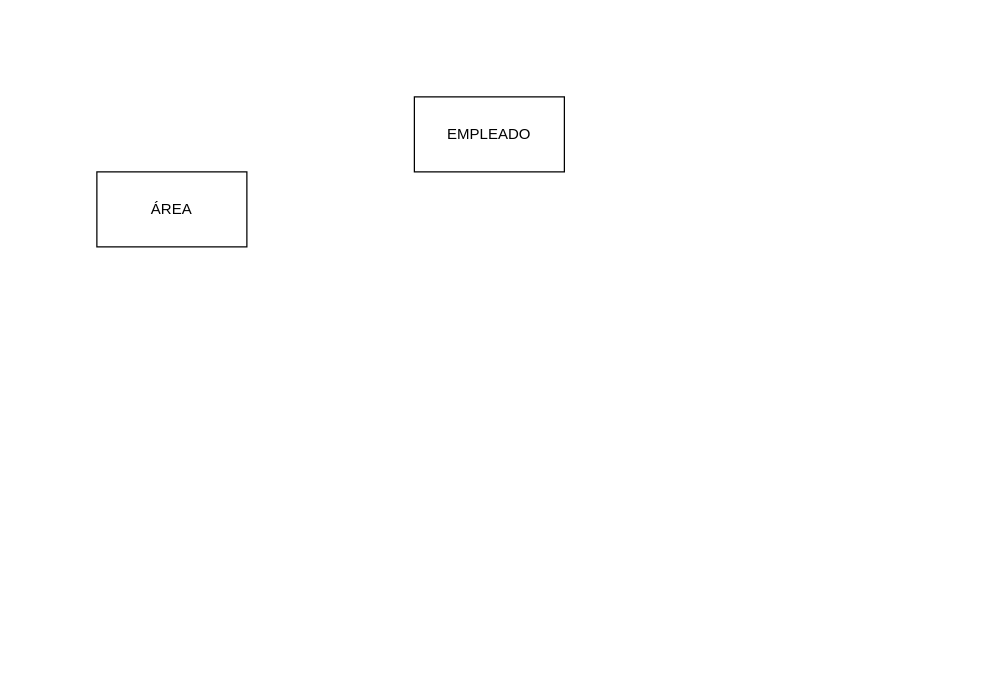
Above: Diagrama de Incio.drawio in Anacon4/Home (draw.io), before the change. Source tidied: cells renumbered, new cells numbered last; positions are measured from the earlier drawing's top-left corner, leaving out a move shared by most shapes. Both pictures are drawn from the tidied source at 125%, with x=0, y=0 at pixel (96, 96).
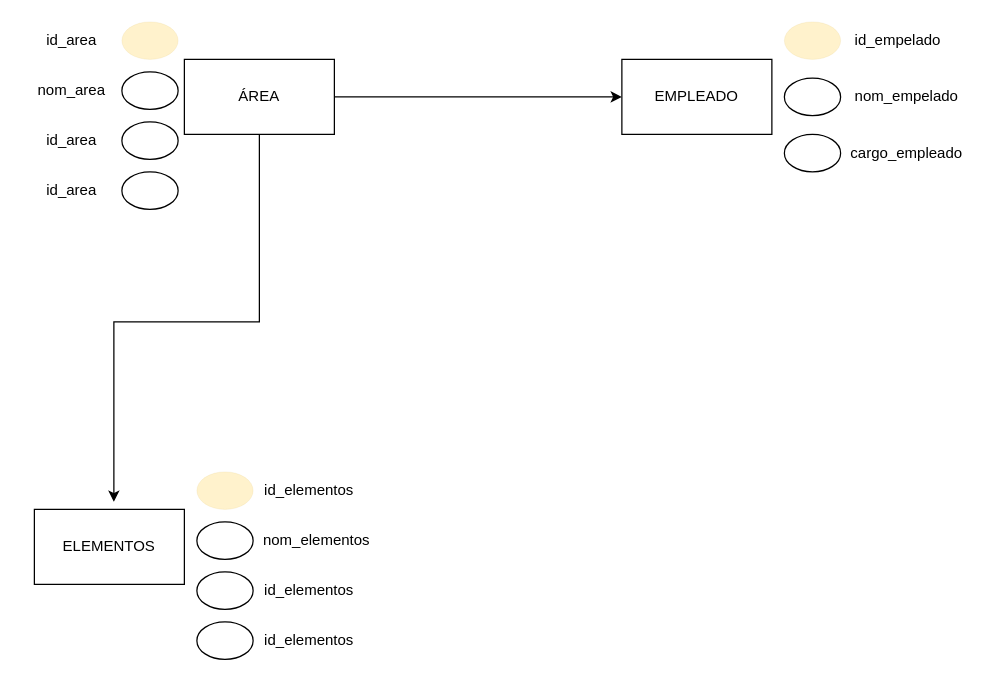
The same page after the edit.

Diff of the diagram source:
```diff
@@
+    <mxCell id="4" style="edgeStyle=orthogonalEdgeStyle;rounded=0;jettySize=auto;html=1;entryX=0;entryY=0.5;entryDx=0;entryDy=0;" parent="1" edge="1" source="2" target="3">
+      <mxGeometry relative="1" as="geometry" />
+    </mxCell>
+    <mxCell id="5" style="edgeStyle=orthogonalEdgeStyle;rounded=0;jettySize=auto;html=1;entryX=0.53;entryY=-0.1;entryDx=0;entryDy=0;entryPerimeter=0;" parent="1" edge="1" source="2" target="6">
+      <mxGeometry relative="1" as="geometry" />
+    </mxCell>
     <mxCell id="2" value="ÁREA&lt;br&gt;" style="rounded=0;whiteSpace=wrap;html=1;" parent="1" vertex="1">
-      <mxGeometry y="60" width="120" height="60" as="geometry" />
+      <mxGeometry x="70" y="-30" width="120" height="60" as="geometry" />
     </mxCell>
     <mxCell id="3" value="EMPLEADO&lt;br&gt;" style="rounded=0;whiteSpace=wrap;html=1;" parent="1" vertex="1">
-      <mxGeometry x="254" width="120" height="60" as="geometry" />
+      <mxGeometry x="420" y="-30" width="120" height="60" as="geometry" />
     </mxCell>
+    <mxCell id="6" value="ELEMENTOS&lt;br&gt;" style="rounded=0;whiteSpace=wrap;html=1;" parent="1" vertex="1">
+      <mxGeometry x="-50" y="330" width="120" height="60" as="geometry" />
+    </mxCell>
+    <mxCell id="7" style="ellipse;whiteSpace=wrap;html=1;fillColor=#fff2cc;strokeColor=#d6b656;gradientColor=none;strokeWidth=0;" parent="1" vertex="1">
+      <mxGeometry x="550" y="-60" width="45" height="30" as="geometry" />
+    </mxCell>
+    <mxCell id="8" style="ellipse;whiteSpace=wrap;html=1;fillColor=#fff2cc;strokeColor=#d6b656;gradientColor=none;strokeWidth=0;" parent="1" vertex="1">
+      <mxGeometry x="20" y="-60" width="45" height="30" as="geometry" />
+    </mxCell>
+    <mxCell id="9" style="ellipse;whiteSpace=wrap;html=1;fillColor=#fff2cc;strokeColor=#d6b656;gradientColor=none;strokeWidth=0;" parent="1" vertex="1">
+      <mxGeometry x="80" y="300" width="45" height="30" as="geometry" />
+    </mxCell>
+    <mxCell id="10" value="id_elementos" style="text;html=1;strokeColor=none;fillColor=none;align=center;verticalAlign=middle;whiteSpace=wrap;rounded=0;" parent="1" vertex="1">
+      <mxGeometry x="130" y="300" width="80" height="30" as="geometry" />
+    </mxCell>
+    <mxCell id="11" value="id_area" style="text;html=1;strokeColor=none;fillColor=none;align=center;verticalAlign=middle;whiteSpace=wrap;rounded=0;" parent="1" vertex="1">
+      <mxGeometry x="-60" y="-60" width="80" height="30" as="geometry" />
+    </mxCell>
+    <mxCell id="12" value="id_empelado" style="text;html=1;strokeColor=none;fillColor=none;align=center;verticalAlign=middle;whiteSpace=wrap;rounded=0;" parent="1" vertex="1">
+      <mxGeometry x="601" y="-60" width="80" height="30" as="geometry" />
+    </mxCell>
+    <mxCell id="13" style="ellipse;whiteSpace=wrap;html=1;strokeWidth=1;" parent="1" vertex="1">
+      <mxGeometry x="550" y="-15" width="45" height="30" as="geometry" />
+    </mxCell>
+    <mxCell id="14" value="nom_empelado" style="text;html=1;strokeColor=none;fillColor=none;align=center;verticalAlign=middle;whiteSpace=wrap;rounded=0;" parent="1" vertex="1">
+      <mxGeometry x="608" y="-15" width="80" height="30" as="geometry" />
+    </mxCell>
+    <mxCell id="15" style="ellipse;whiteSpace=wrap;html=1;strokeWidth=1;" parent="1" vertex="1">
+      <mxGeometry x="550" y="30" width="45" height="30" as="geometry" />
+    </mxCell>
+    <mxCell id="16" value="cargo_empleado" style="text;html=1;strokeColor=none;fillColor=none;align=center;verticalAlign=middle;whiteSpace=wrap;rounded=0;" parent="1" vertex="1">
+      <mxGeometry x="608" y="30" width="80" height="30" as="geometry" />
+    </mxCell>
+    <mxCell id="17" style="ellipse;whiteSpace=wrap;html=1;strokeWidth=1;" parent="1" vertex="1">
+      <mxGeometry x="20" y="-20" width="45" height="30" as="geometry" />
+    </mxCell>
+    <mxCell id="18" value="nom_area" style="text;html=1;strokeColor=none;fillColor=none;align=center;verticalAlign=middle;whiteSpace=wrap;rounded=0;" parent="1" vertex="1">
+      <mxGeometry x="-60" y="-20" width="80" height="30" as="geometry" />
+    </mxCell>
+    <mxCell id="19" style="ellipse;whiteSpace=wrap;html=1;strokeWidth=1;" parent="1" vertex="1">
+      <mxGeometry x="20" y="20" width="45" height="30" as="geometry" />
+    </mxCell>
+    <mxCell id="20" value="id_area" style="text;html=1;strokeColor=none;fillColor=none;align=center;verticalAlign=middle;whiteSpace=wrap;rounded=0;" parent="1" vertex="1">
+      <mxGeometry x="-60" y="20" width="80" height="30" as="geometry" />
+    </mxCell>
+    <mxCell id="21" style="ellipse;whiteSpace=wrap;html=1;strokeWidth=1;" parent="1" vertex="1">
+      <mxGeometry x="20" y="60" width="45" height="30" as="geometry" />
+    </mxCell>
+    <mxCell id="22" value="id_area" style="text;html=1;strokeColor=none;fillColor=none;align=center;verticalAlign=middle;whiteSpace=wrap;rounded=0;" parent="1" vertex="1">
+      <mxGeometry x="-60" y="60" width="80" height="30" as="geometry" />
+    </mxCell>
+    <mxCell id="23" style="ellipse;whiteSpace=wrap;html=1;strokeWidth=1;" parent="1" vertex="1">
+      <mxGeometry x="80" y="340" width="45" height="30" as="geometry" />
+    </mxCell>
+    <mxCell id="24" value="nom_elementos" style="text;html=1;strokeColor=none;fillColor=none;align=center;verticalAlign=middle;whiteSpace=wrap;rounded=0;" parent="1" vertex="1">
+      <mxGeometry x="136" y="340" width="80" height="30" as="geometry" />
+    </mxCell>
+    <mxCell id="25" style="ellipse;whiteSpace=wrap;html=1;strokeWidth=1;" parent="1" vertex="1">
+      <mxGeometry x="80" y="380" width="45" height="30" as="geometry" />
+    </mxCell>
+    <mxCell id="26" value="id_elementos" style="text;html=1;strokeColor=none;fillColor=none;align=center;verticalAlign=middle;whiteSpace=wrap;rounded=0;" parent="1" vertex="1">
+      <mxGeometry x="130" y="380" width="80" height="30" as="geometry" />
+    </mxCell>
+    <mxCell id="27" style="ellipse;whiteSpace=wrap;html=1;strokeWidth=1;" parent="1" vertex="1">
+      <mxGeometry x="80" y="420" width="45" height="30" as="geometry" />
+    </mxCell>
+    <mxCell id="28" value="id_elementos" style="text;html=1;strokeColor=none;fillColor=none;align=center;verticalAlign=middle;whiteSpace=wrap;rounded=0;" parent="1" vertex="1">
+      <mxGeometry x="130" y="420" width="80" height="30" as="geometry" />
+    </mxCell>
```
